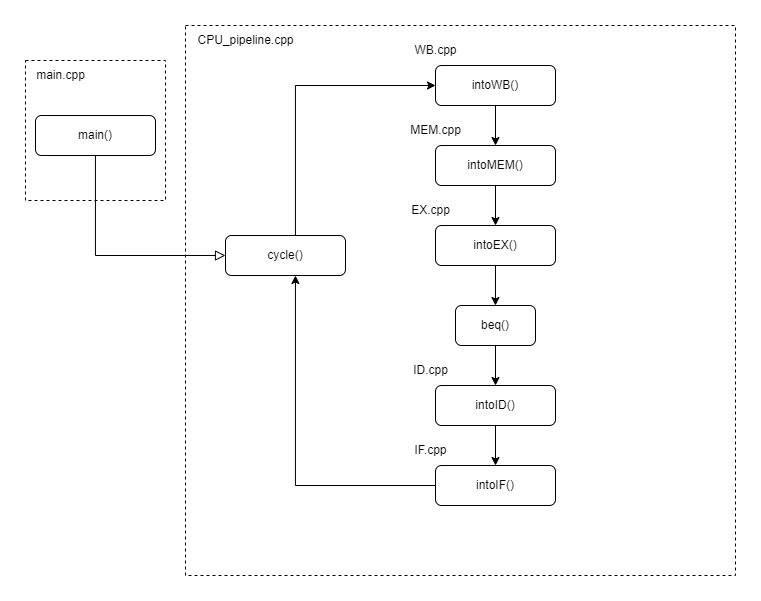
Above: Flow_Chart.png in yeeecheng/CO_mid_pipline (draw.io), before the change. Source tidied: cells renumbered, new cells last; positions are measured from the earlier drawing's top-left corner, leaving out a move shared by most shapes.
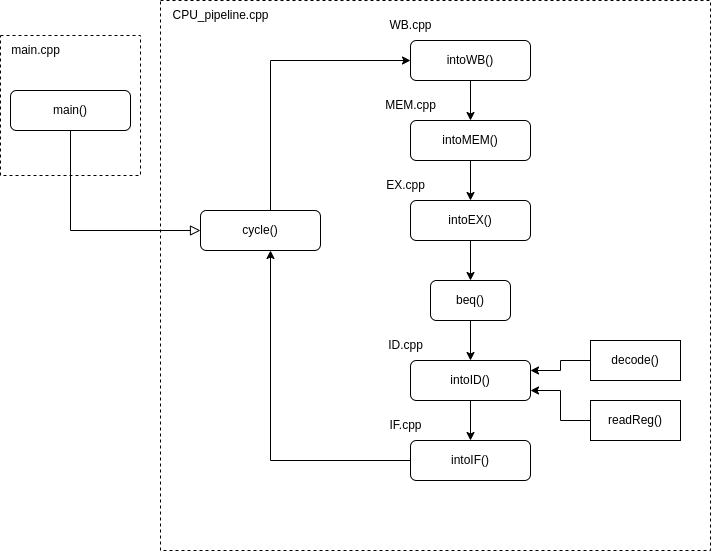
After the commit.

Commit message:
change flow chart

Diff of the diagram source:
```diff
@@ -99,5 +99,17 @@
     <mxCell id="27" value="IF.cpp" style="text;html=1;align=center;verticalAlign=middle;strokeColor=none;fillColor=none;" parent="1" vertex="1">
       <mxGeometry x="375" y="410" width="60" height="30" as="geometry" />
     </mxCell>
+    <mxCell id="28" style="edgeStyle=orthogonalEdgeStyle;rounded=0;jettySize=auto;html=1;exitX=0;exitY=0.5;exitDx=0;exitDy=0;entryX=1;entryY=0.75;entryDx=0;entryDy=0;" parent="1" edge="1" source="29" target="9">
+      <mxGeometry relative="1" as="geometry" />
+    </mxCell>
+    <mxCell id="29" value="readReg()" style="rounded=0;whiteSpace=wrap;html=1;" parent="1" vertex="1">
+      <mxGeometry x="590" y="400" width="90" height="40" as="geometry" />
+    </mxCell>
+    <mxCell id="30" style="edgeStyle=orthogonalEdgeStyle;rounded=0;jettySize=auto;html=1;exitX=0;exitY=0.5;exitDx=0;exitDy=0;entryX=1;entryY=0.25;entryDx=0;entryDy=0;" parent="1" edge="1" source="31" target="9">
+      <mxGeometry relative="1" as="geometry" />
+    </mxCell>
+    <mxCell id="31" value="decode()" style="rounded=0;whiteSpace=wrap;html=1;" parent="1" vertex="1">
+      <mxGeometry x="590" y="340" width="90" height="40" as="geometry" />
+    </mxCell>
   </root>
 </mxGraphModel>
```
